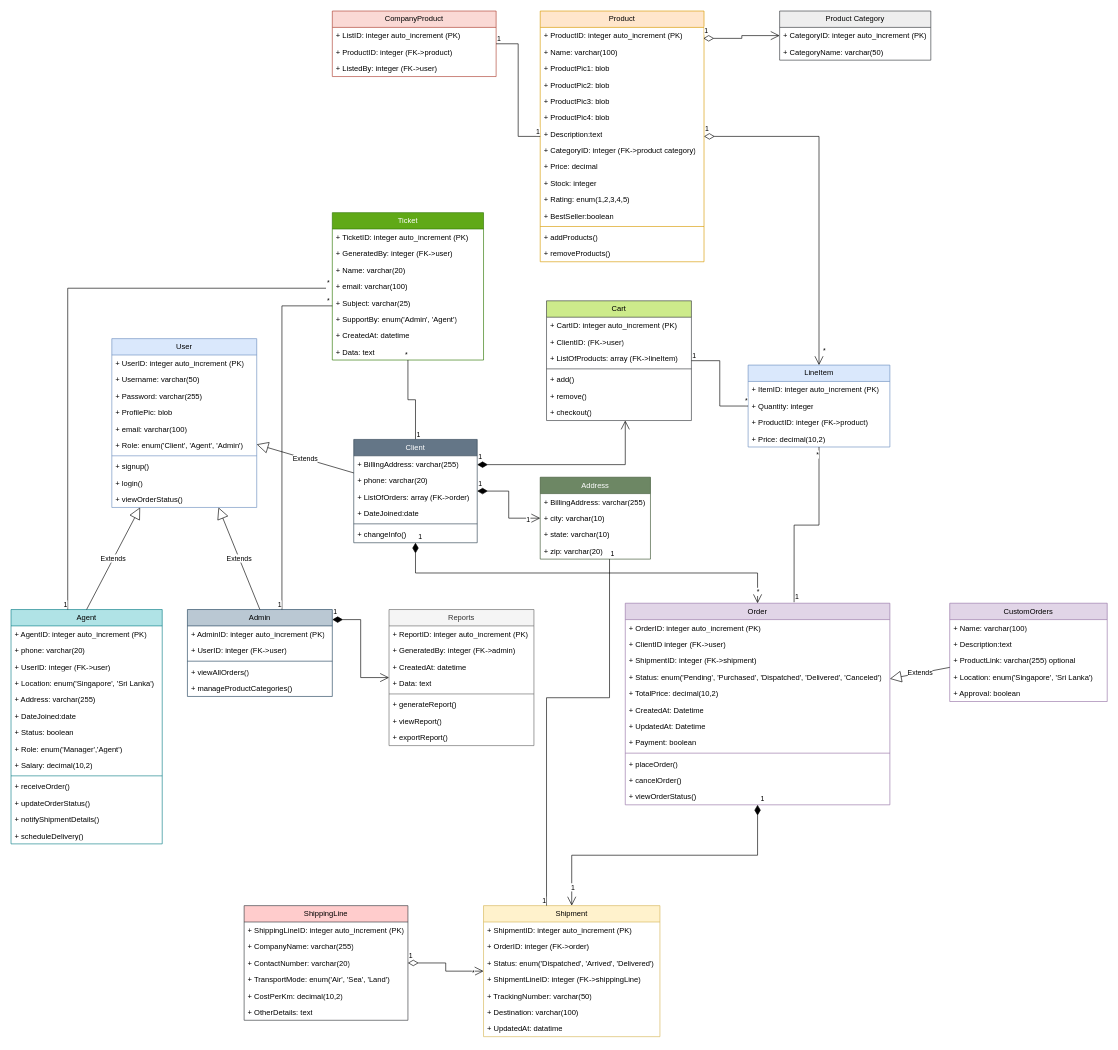
Before: diagrams/UML-class-diagram.drawio in K-M-Shehan/software-design-docs, a draw.io diagram. Source tidied: cells renumbered, new cells numbered last; positions are measured from the earlier drawing's top-left corner, leaving out a move shared by most shapes. Both pictures are drawn from the tidied source at 63%, with x=0, y=0 at pixel (11, 11).
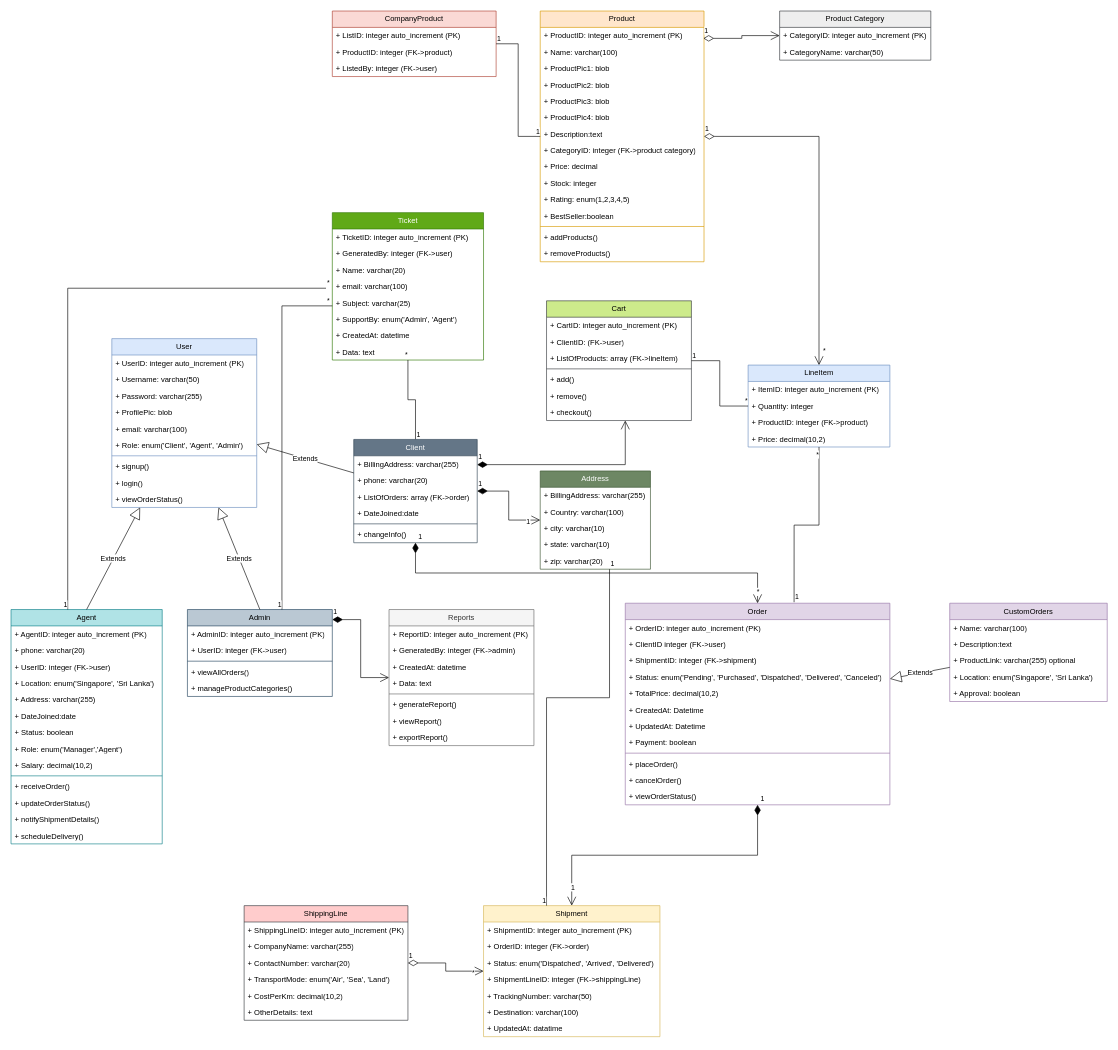
Above is the later version.

Commit message:
country attribute added to address table

Diff of the diagram source:
```diff
@@
     <mxCell id="147" value="Address" style="swimlane;fontStyle=0;horizontal=1;startSize=26;fillColor=#6d8764;whiteSpace=wrap;html=1;fontColor=#ffffff;strokeColor=#3A5431;" parent="1" vertex="1">
-      <mxGeometry x="840" y="740" width="175" height="130" as="geometry" />
+      <mxGeometry x="840" y="730" width="175" height="156" as="geometry" />
     </mxCell>
@@
+    <mxCell id="172" value="+ Country: varchar(100)" style="text;strokeColor=none;fillColor=none;align=left;verticalAlign=top;spacingLeft=4;spacingRight=4;overflow=hidden;whiteSpace=wrap;html=1;" parent="147" vertex="1">
+      <mxGeometry y="52" width="175" height="26" as="geometry" />
+    </mxCell>
     <mxCell id="149" value="+ city: varchar(10)" style="text;strokeColor=none;fillColor=none;align=left;verticalAlign=top;spacingLeft=4;spacingRight=4;overflow=hidden;whiteSpace=wrap;html=1;" parent="147" vertex="1">
-      <mxGeometry y="52" width="175" height="26" as="geometry" />
+      <mxGeometry y="78" width="175" height="26" as="geometry" />
     </mxCell>
     <mxCell id="150" value="+ state: varchar(10)" style="text;strokeColor=none;fillColor=none;align=left;verticalAlign=top;spacingLeft=4;spacingRight=4;overflow=hidden;whiteSpace=wrap;html=1;" parent="147" vertex="1">
-      <mxGeometry y="78" width="175" height="26" as="geometry" />
+      <mxGeometry y="104" width="175" height="26" as="geometry" />
     </mxCell>
     <mxCell id="151" value="+ zip: varchar(20)" style="text;strokeColor=none;fillColor=none;align=left;verticalAlign=top;spacingLeft=4;spacingRight=4;overflow=hidden;whiteSpace=wrap;html=1;" parent="147" vertex="1">
-      <mxGeometry y="104" width="175" height="26" as="geometry" />
+      <mxGeometry y="130" width="175" height="26" as="geometry" />
     </mxCell>
```
